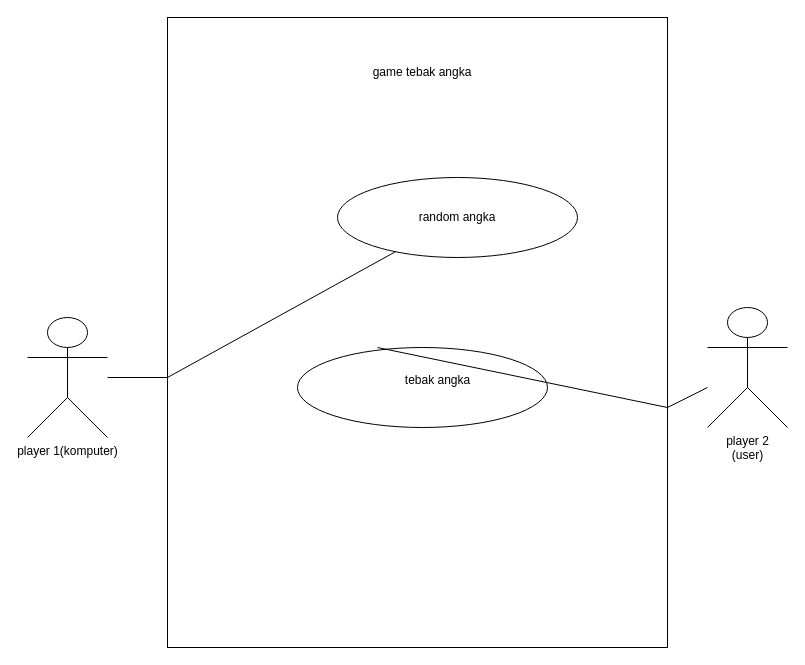
This is use case tebak angka.drawio from naulawrdhh/jooobsheet1, a draw.io file, before an edit. Source tidied: cells renumbered, new cells numbered last; positions are measured from the earlier drawing's top-left corner, leaving out a move shared by most shapes. Both pictures are drawn from the tidied source at 100%, with x=0, y=0 at pixel (27, 17).
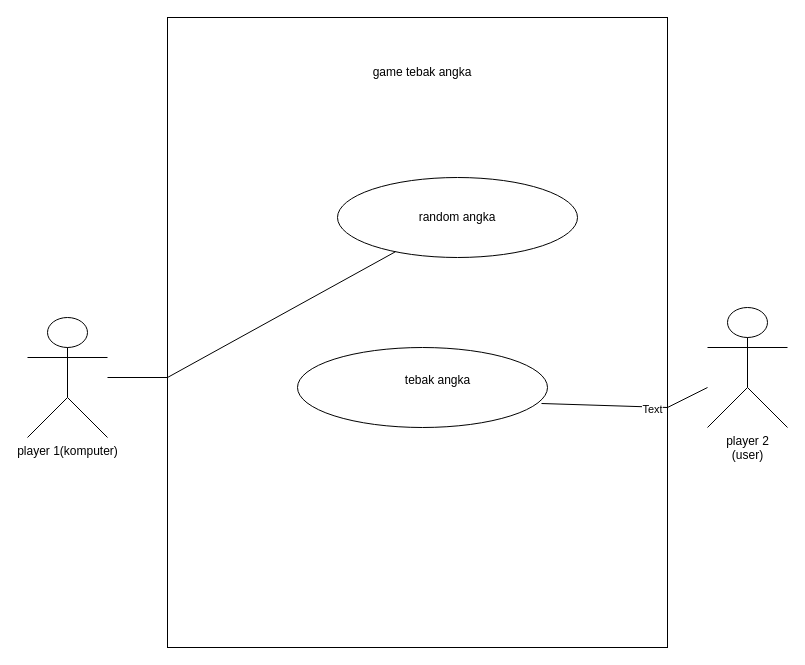
Above is the later version.

Diff of the diagram source:
```diff
@@
 <mxGraphModel>
   <root>
     <mxCell id="0" />
     <mxCell id="1" parent="0" />
     <mxCell id="2" style="rounded=0;whiteSpace=wrap;html=1;" parent="1" vertex="1">
       <mxGeometry x="140" width="500" height="630" as="geometry" />
     </mxCell>
     <mxCell id="3" value="player 1(komputer)" style="shape=umlActor;verticalLabelPosition=bottom;verticalAlign=top;html=1;outlineConnect=0;" parent="1" vertex="1">
       <mxGeometry y="300" width="80" height="120" as="geometry" />
     </mxCell>
     <mxCell id="4" value="player 2&lt;br&gt;(user)" style="shape=umlActor;verticalLabelPosition=bottom;verticalAlign=top;html=1;outlineConnect=0;" parent="1" vertex="1">
       <mxGeometry x="680" y="290" width="80" height="120" as="geometry" />
     </mxCell>
     <mxCell id="5" value="game tebak angka" style="text;html=1;strokeColor=none;fillColor=none;align=center;verticalAlign=middle;whiteSpace=wrap;rounded=0;" parent="1" vertex="1">
       <mxGeometry x="240" y="40" width="310" height="30" as="geometry" />
     </mxCell>
     <mxCell id="6" value="random angka" style="ellipse;whiteSpace=wrap;html=1;" parent="1" vertex="1">
       <mxGeometry x="310" y="160" width="240" height="80" as="geometry" />
     </mxCell>
     <mxCell id="7" style="ellipse;whiteSpace=wrap;html=1;" parent="1" vertex="1">
       <mxGeometry x="270" y="330" width="250" height="80" as="geometry" />
     </mxCell>
     <mxCell id="8" value="tebak angka" style="text;html=1;align=center;verticalAlign=middle;strokeColor=none;fillColor=none;" parent="1" vertex="1">
       <mxGeometry x="365" y="348" width="90" height="30" as="geometry" />
     </mxCell>
     <mxCell id="9" style="endArrow=none;html=1;rounded=0;" parent="1" edge="1" source="6" target="3">
       <mxGeometry relative="1" as="geometry">
         <Array as="points">
           <mxPoint x="140" y="360" />
         </Array>
       </mxGeometry>
     </mxCell>
-    <mxCell id="10" style="endArrow=none;html=1;rounded=0;" parent="1" edge="1" target="4">
+    <mxCell id="10" style="endArrow=none;html=1;rounded=0;exitX=0.976;exitY=0.7;exitDx=0;exitDy=0;exitPerimeter=0;" parent="1" edge="1" source="7" target="4">
       <mxGeometry relative="1" as="geometry">
-        <mxPoint x="350" y="330" as="sourcePoint" />
         <Array as="points">
           <mxPoint x="640" y="390" />
         </Array>
       </mxGeometry>
     </mxCell>
+    <mxCell id="11" value="Text" style="edgeLabel;html=1;align=center;verticalAlign=middle;" parent="10" vertex="1">
+      <mxGeometry x="0.3" y="-2" relative="1" as="geometry" />
+    </mxCell>
   </root>
 </mxGraphModel>
```
